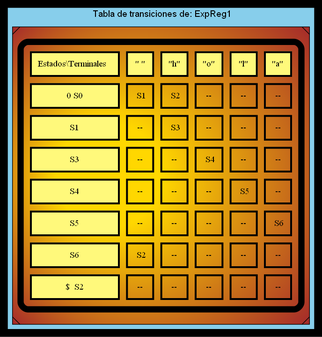
This is TRANSICIONES_202000119/TransicionesExpReg1.png from SergieArizandieta/OLC1-P1-202000119, a Graphviz export, as it was before one commit. Its source is kept beside it as TRANSICIONES_202000119/TransicionesExpReg1.dot.
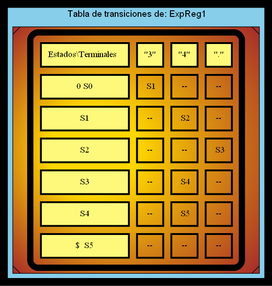
The same diagram one commit later.

What changed in the source:
```diff
@@ -8,64 +8,42 @@
   <TABLE border="10" cellspacing="10" cellpadding="10" style="rounded" gradientangle="315">
   <TR>
       <TD border="3" bgcolor="#FFF97B">Estados\Terminales  </TD>
-      <TD border="3" bgcolor="#FFF97B">" "</TD>
-      <TD border="3" bgcolor="#FFF97B">"h"</TD>
-      <TD border="3" bgcolor="#FFF97B">"o"</TD>
-      <TD border="3" bgcolor="#FFF97B">"l"</TD>
-      <TD border="3" bgcolor="#FFF97B">"a"</TD>
+      <TD border="3" bgcolor="#FFF97B">"3"</TD>
+      <TD border="3" bgcolor="#FFF97B">"4"</TD>
+      <TD border="3" bgcolor="#FFF97B">"."</TD>
   </TR>
   <TR>
       <TD border="3" bgcolor="#FFF97B">0 S0</TD>
       <TD border="3" > S1</TD>
-      <TD border="3" > S2</TD>
-      <TD border="3" > -- </TD>
       <TD border="3" > -- </TD>
       <TD border="3" > -- </TD>
   </TR>
   <TR>
       <TD border="3" bgcolor="#FFF97B">S1</TD>
       <TD border="3" > -- </TD>
-      <TD border="3" > S3</TD>
+      <TD border="3" > S2</TD>
+      <TD border="3" > -- </TD>
+  </TR>
+  <TR>
+      <TD border="3" bgcolor="#FFF97B">S2</TD>
       <TD border="3" > -- </TD>
       <TD border="3" > -- </TD>
-      <TD border="3" > -- </TD>
+      <TD border="3" > S3</TD>
   </TR>
   <TR>
       <TD border="3" bgcolor="#FFF97B">S3</TD>
       <TD border="3" > -- </TD>
-      <TD border="3" > -- </TD>
       <TD border="3" > S4</TD>
-      <TD border="3" > -- </TD>
       <TD border="3" > -- </TD>
   </TR>
   <TR>
       <TD border="3" bgcolor="#FFF97B">S4</TD>
       <TD border="3" > -- </TD>
-      <TD border="3" > -- </TD>
-      <TD border="3" > -- </TD>
       <TD border="3" > S5</TD>
       <TD border="3" > -- </TD>
   </TR>
   <TR>
-      <TD border="3" bgcolor="#FFF97B">S5</TD>
-      <TD border="3" > -- </TD>
-      <TD border="3" > -- </TD>
-      <TD border="3" > -- </TD>
-      <TD border="3" > -- </TD>
-      <TD border="3" > S6</TD>
-  </TR>
-  <TR>
-      <TD border="3" bgcolor="#FFF97B">S6</TD>
-      <TD border="3" > S2</TD>
-      <TD border="3" > -- </TD>
-      <TD border="3" > -- </TD>
-      <TD border="3" > -- </TD>
-      <TD border="3" > -- </TD>
-  </TR>
-  <TR>
-      <TD border="3" bgcolor="#FFF97B">$  S2</TD>
-      <TD border="3" > -- </TD>
-      <TD border="3" > -- </TD>
+      <TD border="3" bgcolor="#FFF97B">$  S5</TD>
       <TD border="3" > -- </TD>
       <TD border="3" > -- </TD>
       <TD border="3" > -- </TD>
```
